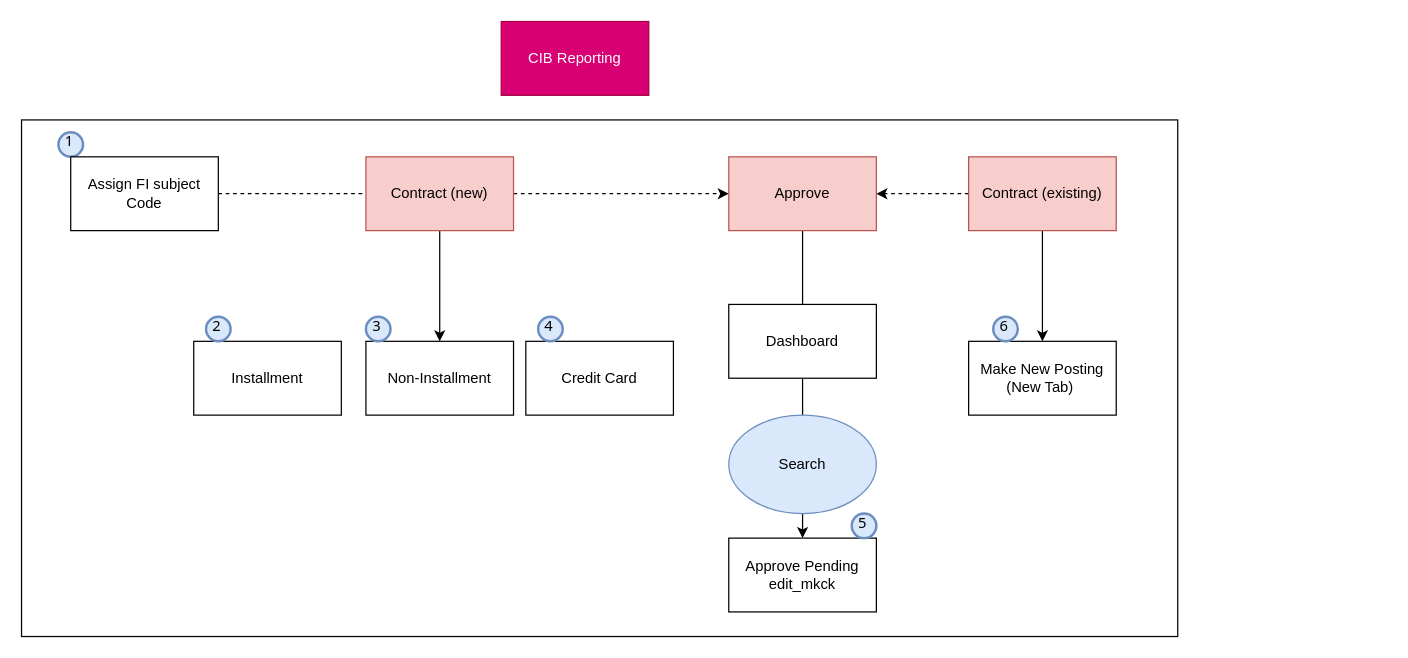
The draw.io diagram page "Page-1" (1 of 2) of Untitled Diagram.drawio in rakib06/DrawIO, before the edit. Source tidied: cells renumbered, new cells numbered last; positions are measured from the earlier drawing's top-left corner, leaving out a move shared by most shapes. Both pictures are drawn from the tidied source at 123%, with x=0, y=0 at pixel (21, 21).
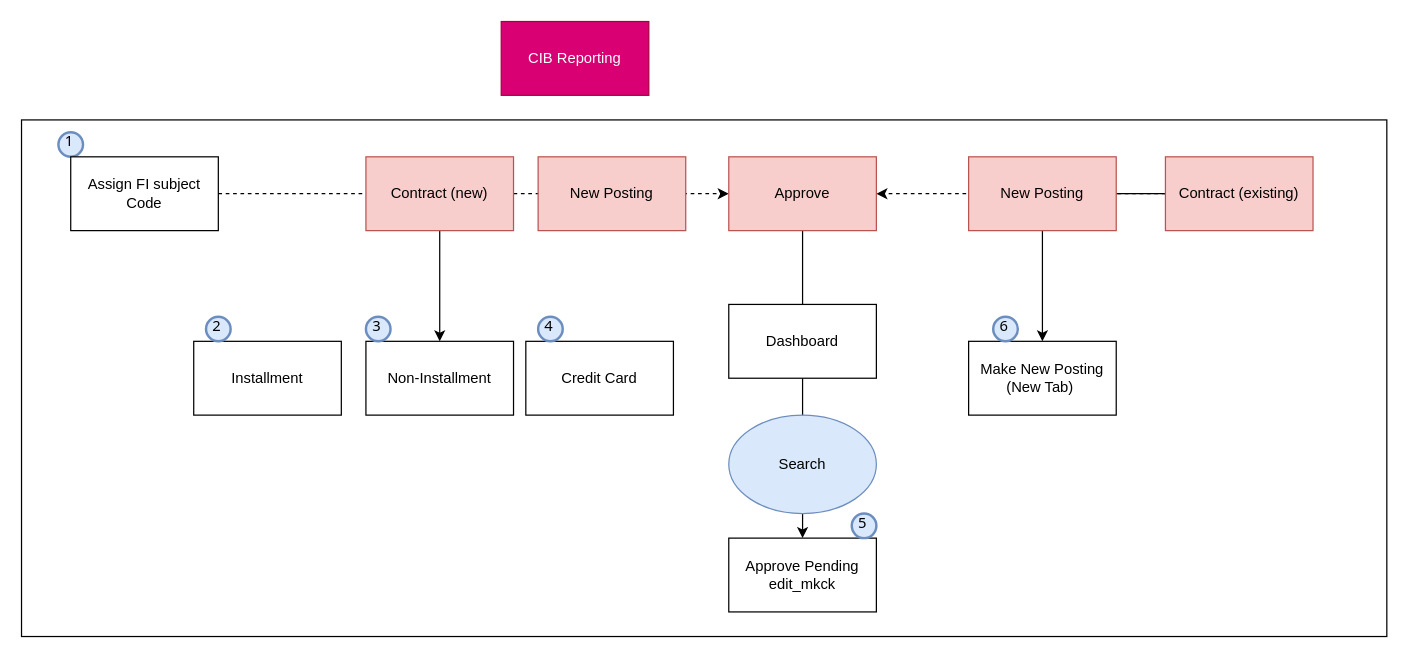
The same diagram, later.

Diff of the diagram source:
```diff
@@
     <mxCell id="2" style="rounded=0;whiteSpace=wrap;html=1;fillColor=none;" parent="1" vertex="1">
-      <mxGeometry y="80" width="940" height="420" as="geometry" />
+      <mxGeometry y="80" width="1110" height="420" as="geometry" />
     </mxCell>
@@
     <mxCell id="9" value="Contract (existing)" style="rounded=0;whiteSpace=wrap;html=1;fillColor=#f8cecc;strokeColor=#b85450;" parent="1" vertex="1">
-      <mxGeometry x="770" y="110" width="120" height="60" as="geometry" />
+      <mxGeometry x="930" y="110" width="120" height="60" as="geometry" />
     </mxCell>
@@
+    <mxCell id="28" value="New Posting" style="rounded=0;whiteSpace=wrap;html=1;fillColor=#f8cecc;strokeColor=#b85450;" parent="1" vertex="1">
+      <mxGeometry x="420" y="110" width="120" height="60" as="geometry" />
+    </mxCell>
+    <mxCell id="29" value="New Posting" style="rounded=0;whiteSpace=wrap;html=1;fillColor=#f8cecc;strokeColor=#b85450;" parent="1" vertex="1">
+      <mxGeometry x="770" y="110" width="120" height="60" as="geometry" />
+    </mxCell>
```
